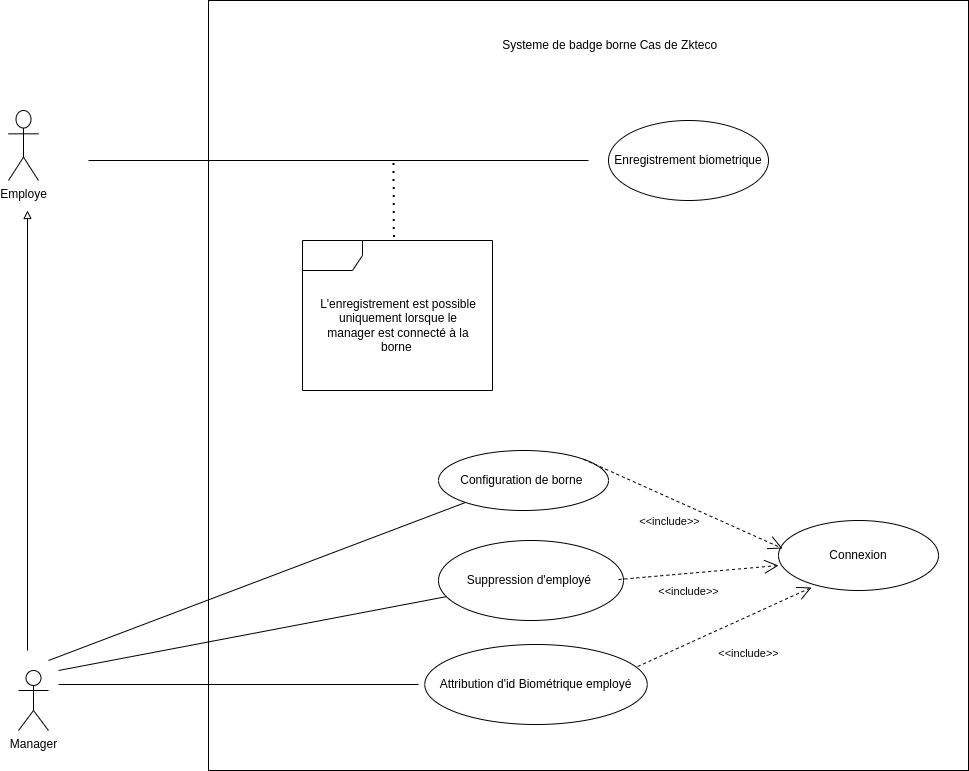
Above: static/UsecaseZkteco.drawio.png in Siluearsene/borne_biometrique (draw.io), before the change. Source tidied: cells renumbered, new cells last; positions are measured from the earlier drawing's top-left corner, leaving out a move shared by most shapes.
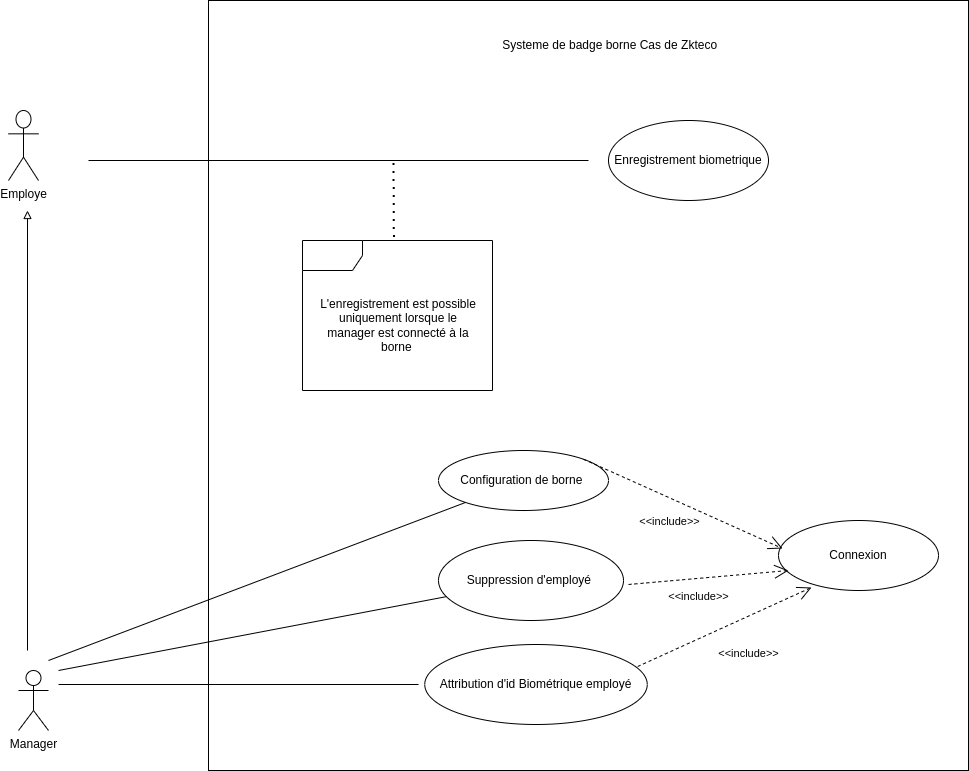
The same diagram one commit later.

Commit message:
Mettre à jour UsecaseZkteco.drawio.png

Change to the diagram source:
```diff
@@ -76,9 +76,10 @@
         <mxPoint x="50" y="670" as="sourcePoint" />
       </mxGeometry>
     </mxCell>
-    <mxCell id="23" style="endArrow=open;endFill=1;endSize=12;html=1;rounded=0;exitX=0.957;exitY=0.275;exitDx=0;exitDy=0;exitPerimeter=0;entryX=0;entryY=0.643;entryDx=0;entryDy=0;entryPerimeter=0;dashed=1;" parent="1" edge="1" target="10">
+    <mxCell id="23" style="endArrow=open;endFill=1;endSize=12;html=1;rounded=0;exitX=0.957;exitY=0.275;exitDx=0;exitDy=0;exitPerimeter=0;entryX=0;entryY=0.643;entryDx=0;entryDy=0;entryPerimeter=0;dashed=1;" parent="1" edge="1">
       <mxGeometry relative="1" as="geometry">
-        <mxPoint x="610" y="579" as="sourcePoint" />
+        <mxPoint x="620" y="584" as="sourcePoint" />
+        <mxPoint x="780" y="570" as="targetPoint" />
       </mxGeometry>
     </mxCell>
     <mxCell id="24" value="&amp;lt;&amp;lt;include&amp;gt;&amp;gt;" style="edgeLabel;html=1;align=center;verticalAlign=middle;" parent="23" vertex="1">
```
